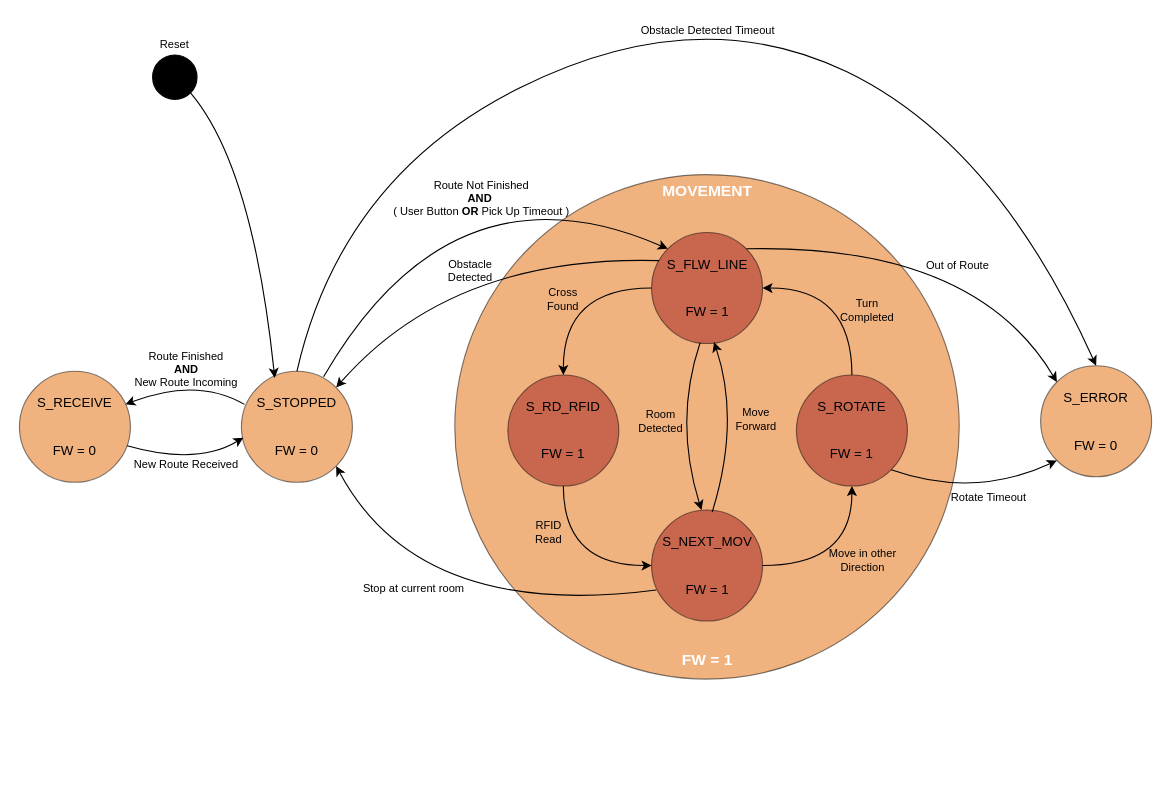
LPI-2020/DWR-19 keeps this draw.io diagram as page "FSMv2" (3 of 3) of 03Flowcharts/System_Diagram.drawio. Above is the earlier version. Source tidied: cells renumbered, new cells numbered last; positions are measured from the earlier drawing's top-left corner, leaving out a move shared by most shapes. Both pictures are drawn from the tidied source at 111%, with x=0, y=0 at pixel (19, -1).
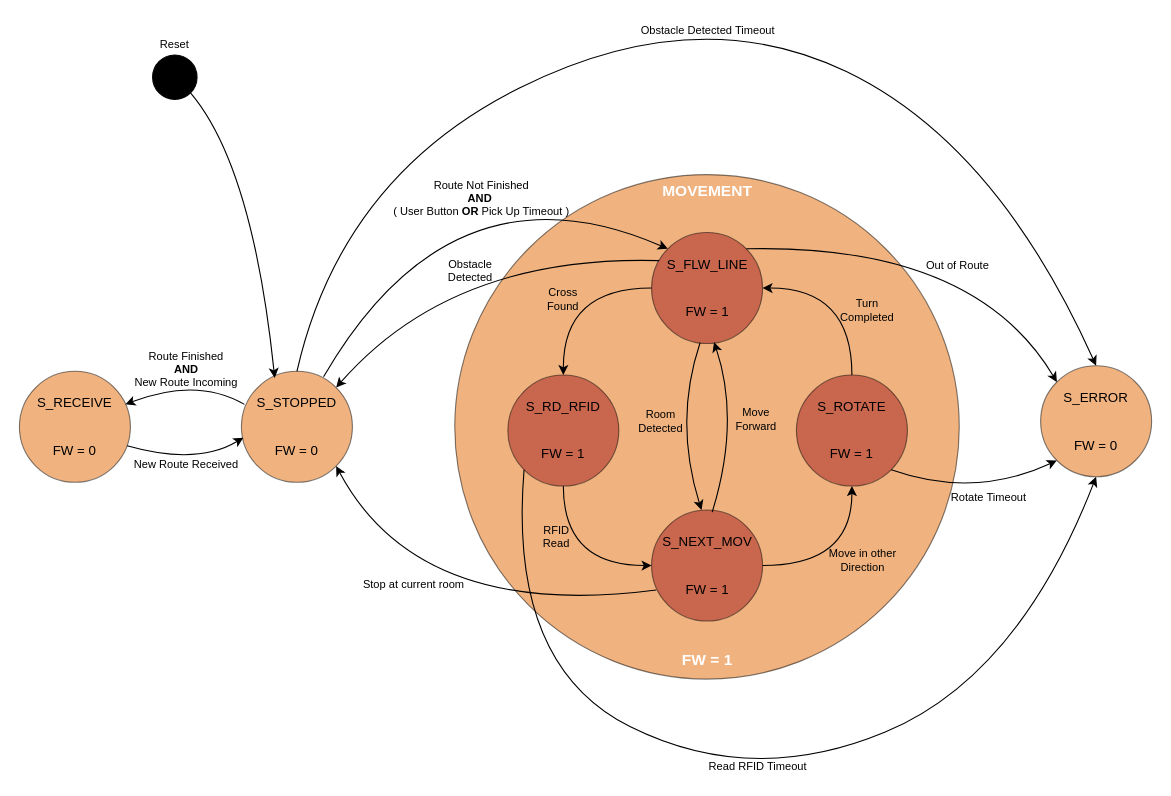
The same diagram, later.

The change refers to these unchanged cells:
```xml
<mxCell id="4" value="S_ERROR&lt;br&gt;&lt;br&gt;&lt;br&gt;FW = 0" style="ellipse;whiteSpace=wrap;html=1;fillColor=#E16802;opacity=50;" parent="1" vertex="1">
  <mxGeometry x="920" y="330" width="100" height="100" as="geometry" />
</mxCell>
<mxCell id="27" value="S_RD_RFID&lt;br&gt;&lt;br&gt;&lt;br&gt;FW = 1" style="ellipse;whiteSpace=wrap;html=1;fillColor=#A11A1C;opacity=50;" parent="1" vertex="1">
  <mxGeometry x="440" y="338.4" width="100" height="100" as="geometry" />
</mxCell>
```

Change to the diagram source:
```diff
@@
     <mxCell id="12" value="Stop at current room" style="text;html=1;align=center;verticalAlign=middle;fontSize=10;" parent="1" vertex="1">
-      <mxGeometry x="300" y="520" width="110" height="20" as="geometry" />
+      <mxGeometry x="300" y="517" width="110" height="20" as="geometry" />
     </mxCell>
@@
     <mxCell id="24" value="RFID Read" style="text;html=1;strokeColor=none;fillColor=none;align=center;verticalAlign=middle;whiteSpace=wrap;rounded=0;fontSize=10;" parent="1" vertex="1">
-      <mxGeometry x="454" y="470" width="45.5" height="20" as="geometry" />
+      <mxGeometry x="461" y="474" width="45.5" height="20" as="geometry" />
     </mxCell>
@@
+    <mxCell id="43" style="curved=1;endArrow=classic;html=1;entryX=0.5;entryY=1;entryDx=0;entryDy=0;exitX=0;exitY=1;exitDx=0;exitDy=0;" parent="1" edge="1" source="27" target="4">
+      <mxGeometry relative="1" as="geometry">
+        <Array as="points">
+          <mxPoint x="440" y="600" />
+          <mxPoint x="660" y="710" />
+          <mxPoint x="900" y="610" />
+        </Array>
+      </mxGeometry>
+    </mxCell>
+    <mxCell id="44" value="Read RFID Timeout" style="text;html=1;align=center;verticalAlign=middle;fontSize=10;" parent="1" vertex="1">
+      <mxGeometry x="614.5" y="681" width="100" height="20" as="geometry" />
+    </mxCell>
```
